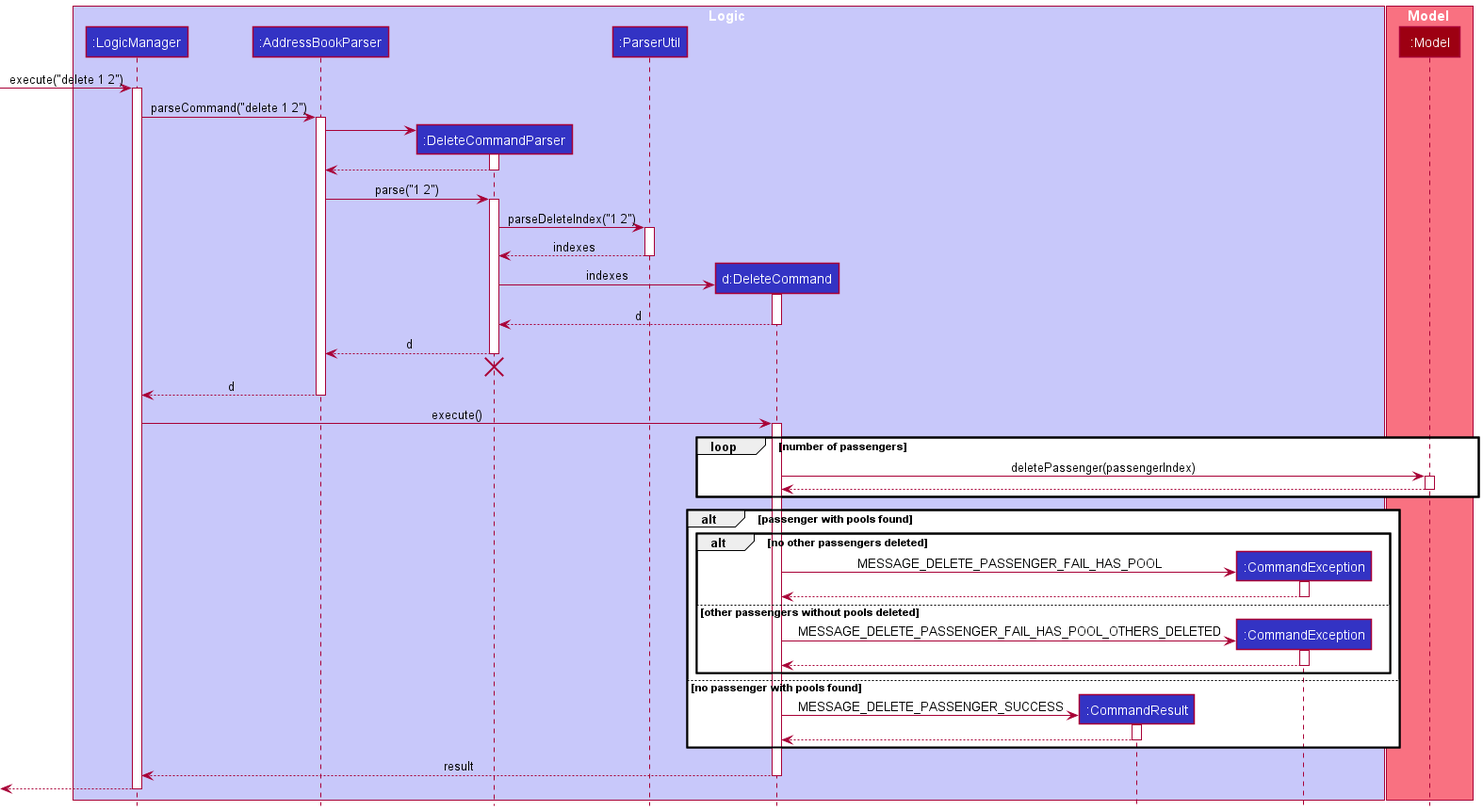
Before: docs/images/DeleteSequenceDiagram.png, a diagram exported from PlantUML (nus-cs2103-AY2021S2/tp).
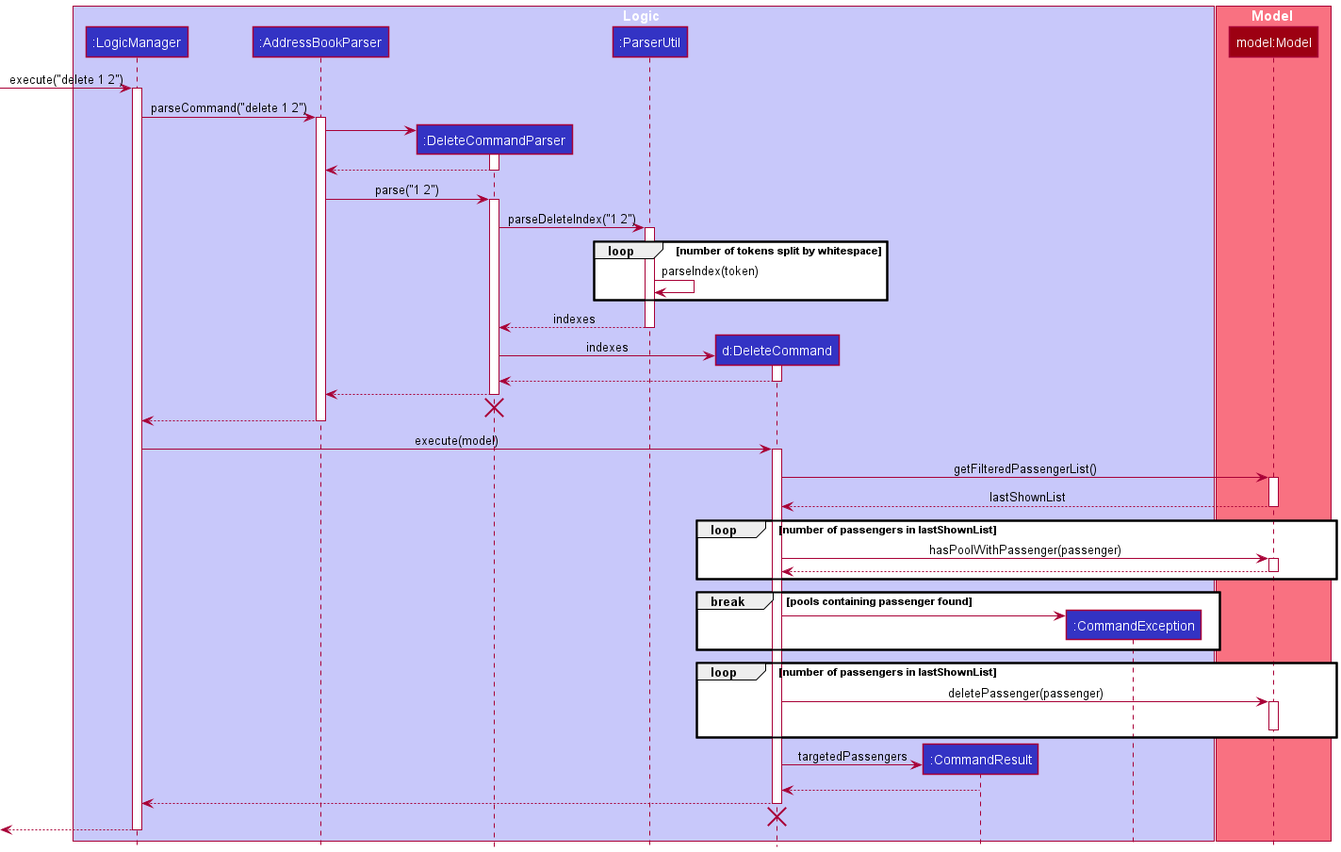
After the change.

Commit message:
Update Delete Sequence Diagram

Change to the diagram source:
```diff
@@ -12,7 +12,7 @@
 end box
 
 box Model MODEL_COLOR_T1
-participant ":Model" as Model MODEL_COLOR
+participant "model:Model" as Model MODEL_COLOR
 end box
 
 [-> LogicManager : execute("delete 1 2")
@@ -34,6 +34,10 @@
 DeleteCommandParser -> ParserUtil : parseDeleteIndex("1 2")
 activate ParserUtil
 
+loop number of tokens split by whitespace
+    ParserUtil -> ParserUtil : parseIndex(token)
+end
+
 return indexes
 deactivate ParserUtil
 
@@ -41,55 +45,55 @@
 DeleteCommandParser -> DeleteCommand : indexes
 activate DeleteCommand
 
-DeleteCommand --> DeleteCommandParser : d
+DeleteCommand --> DeleteCommandParser
 deactivate DeleteCommand
 
-DeleteCommandParser --> AddressBookParser : d
+DeleteCommandParser --> AddressBookParser
 deactivate DeleteCommandParser
 DeleteCommandParser -[hidden]-> AddressBookParser
 destroy DeleteCommandParser
 
-AddressBookParser --> LogicManager : d
+AddressBookParser --> LogicManager
 deactivate AddressBookParser
 
-LogicManager -> DeleteCommand : execute()
+LogicManager -> DeleteCommand : execute(model)
 activate DeleteCommand
 
-loop number of passengers
-    DeleteCommand -> Model : deletePassenger(passengerIndex)
+DeleteCommand -> Model : getFilteredPassengerList()
+activate Model
+
+Model --> DeleteCommand : lastShownList
+deactivate Model
+
+loop number of passengers in lastShownList
+    DeleteCommand -> Model : hasPoolWithPassenger(passenger)
     activate Model
 
     Model --> DeleteCommand
     deactivate Model
 end
 
-alt passenger with pools found
-    alt no other passengers deleted
-        create CommandException
-        DeleteCommand -> CommandException : MESSAGE_DELETE_PASSENGER_FAIL_HAS_POOL
-        activate CommandException
-
-        CommandException --> DeleteCommand
-        deactivate CommandException
-    else other passengers without pools deleted
-        create CommandException
-        DeleteCommand -> CommandException : MESSAGE_DELETE_PASSENGER_FAIL_HAS_POOL_OTHERS_DELETED
-        activate CommandException
-
-        CommandException --> DeleteCommand
-        deactivate CommandException
-    end
-else no passenger with pools found
-    create CommandResult
-    DeleteCommand -> CommandResult : MESSAGE_DELETE_PASSENGER_SUCCESS
-    activate CommandResult
-
-    CommandResult --> DeleteCommand
-    deactivate CommandResult
+break pools containing passenger found
+    create CommandException
+    DeleteCommand -> CommandException
 end
 
-DeleteCommand --> LogicManager : result
+loop number of passengers in lastShownList
+    DeleteCommand -> Model : deletePassenger(passenger)
+    activate Model
+    deactivate Model
+end
+
+create CommandResult
+DeleteCommand -> CommandResult : targetedPassengers
+
+CommandResult --> DeleteCommand
+
+DeleteCommand --> LogicManager
 deactivate DeleteCommand
+
+DeleteCommand -[hidden]-> LogicManager
+destroy DeleteCommand
 
 [<--LogicManager
 deactivate LogicManager
```
